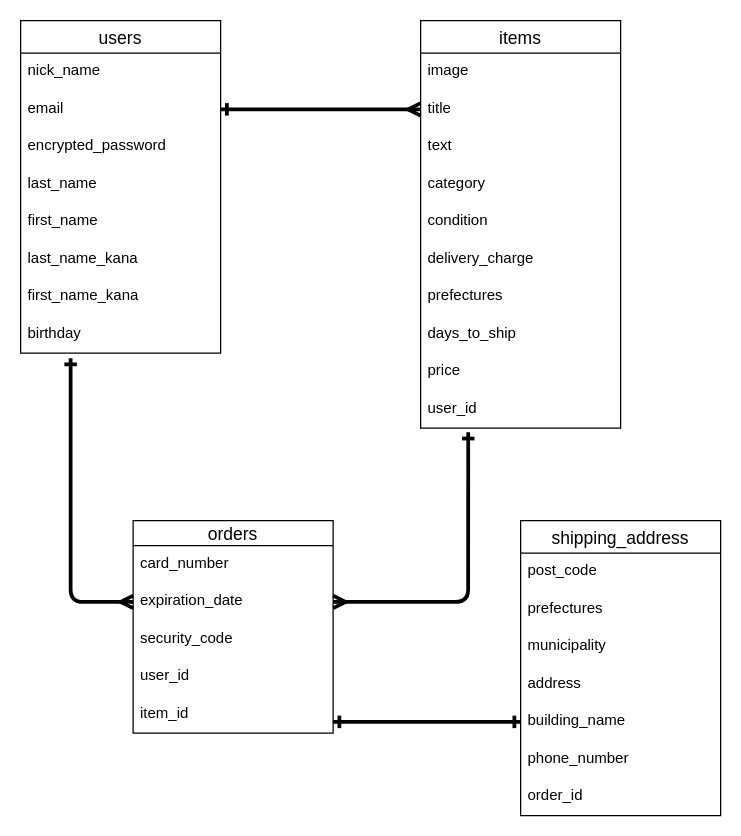
Before: .dio in MitsuoYajima/furima-37224, a draw.io diagram. Source tidied: cells renumbered, new cells numbered last; positions are measured from the earlier drawing's top-left corner, leaving out a move shared by most shapes. Both pictures are drawn from the tidied source at 125%, with x=0, y=0 at pixel (20, 20).
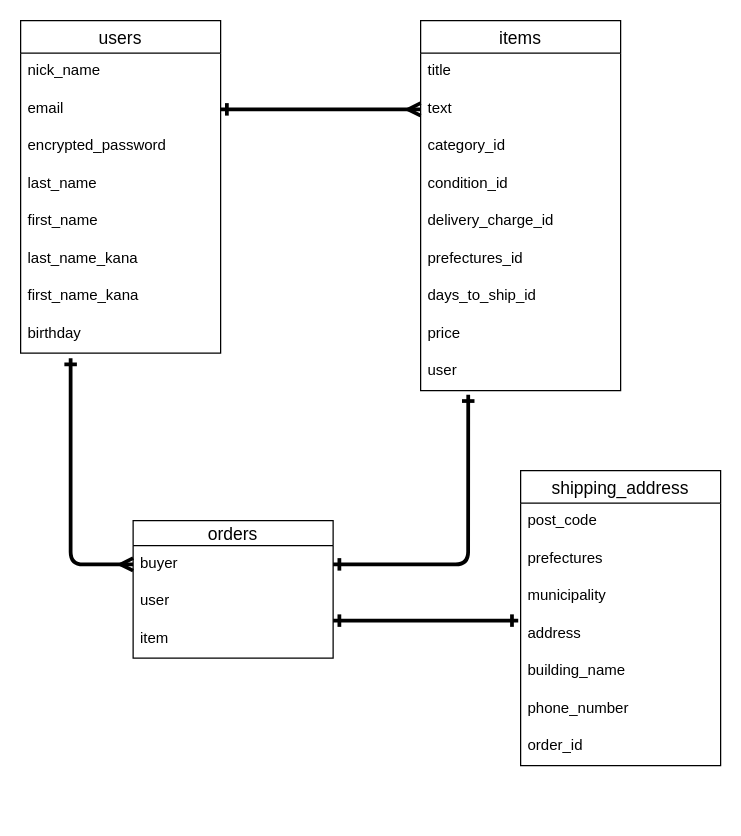
Above is the later version.

Commit message (it also covers changes not shown here):
レビューの修正

The change refers to these unchanged cells:
```xml
<mxCell id="5" value="email" style="text;strokeColor=none;fillColor=none;spacingLeft=4;spacingRight=4;overflow=hidden;points=[[0,0.5],[1,0.5]];portConstraint=eastwest;fontSize=12;" parent="3" vertex="1">
  <mxGeometry y="56" width="160" height="30" as="geometry" />
</mxCell>
<mxCell id="35" value="address" style="text;strokeColor=none;fillColor=none;spacingLeft=4;spacingRight=4;overflow=hidden;points=[[0,0.5],[1,0.5]];portConstraint=eastwest;fontSize=12;" parent="31" vertex="1">
  <mxGeometry y="116" width="160" height="30" as="geometry" />
</mxCell>
<mxCell id="36" value="building_name" style="text;strokeColor=none;fillColor=none;spacingLeft=4;spacingRight=4;overflow=hidden;points=[[0,0.5],[1,0.5]];portConstraint=eastwest;fontSize=12;" parent="31" vertex="1">
  <mxGeometry y="146" width="160" height="30" as="geometry" />
</mxCell>
```

What changed in the source:
```diff
@@
     <mxCell id="2" style="edgeStyle=none;html=1;entryX=0;entryY=0.5;entryDx=0;entryDy=0;startArrow=ERone;startFill=0;endArrow=ERmany;endFill=0;strokeWidth=3;" parent="1" edge="1" target="27">
       <mxGeometry relative="1" as="geometry">
         <mxPoint x="40" y="270" as="sourcePoint" />
         <Array as="points">
-          <mxPoint x="40" y="465" />
+          <mxPoint x="40" y="435" />
         </Array>
       </mxGeometry>
     </mxCell>
@@
-    <mxCell id="12" style="edgeStyle=none;html=1;entryX=1;entryY=0.5;entryDx=0;entryDy=0;startArrow=ERone;startFill=0;endArrow=ERmany;endFill=0;strokeWidth=3;exitX=0.238;exitY=1.111;exitDx=0;exitDy=0;exitPerimeter=0;" parent="1" edge="1" source="23" target="27">
+    <mxCell id="12" style="edgeStyle=none;html=1;entryX=1;entryY=0.5;entryDx=0;entryDy=0;startArrow=ERone;startFill=0;endArrow=ERone;endFill=0;strokeWidth=3;exitX=0.238;exitY=1.111;exitDx=0;exitDy=0;exitPerimeter=0;" parent="1" edge="1" source="23" target="27">
       <mxGeometry relative="1" as="geometry">
         <Array as="points">
-          <mxPoint x="358" y="465" />
+          <mxPoint x="358" y="435" />
         </Array>
       </mxGeometry>
     </mxCell>
     <mxCell id="13" value="items" style="swimlane;fontStyle=0;horizontal=1;startSize=26;align=center;fontSize=14;" parent="1" vertex="1">
-      <mxGeometry x="320" width="160" height="326" as="geometry" />
+      <mxGeometry x="320" width="160" height="296" as="geometry" />
     </mxCell>
-    <mxCell id="14" value="image" style="text;strokeColor=none;fillColor=none;spacingLeft=4;spacingRight=4;overflow=hidden;fontSize=12;" parent="13" vertex="1">
-      <mxGeometry y="26" width="160" height="30" as="geometry" />
-    </mxCell>
     <mxCell id="15" value="title" style="text;strokeColor=none;fillColor=none;spacingLeft=4;spacingRight=4;overflow=hidden;points=[[0,0.5],[1,0.5]];portConstraint=eastwest;fontSize=12;" parent="13" vertex="1">
-      <mxGeometry y="56" width="160" height="30" as="geometry" />
+      <mxGeometry y="26" width="160" height="30" as="geometry" />
     </mxCell>
     <mxCell id="16" value="text" style="text;strokeColor=none;fillColor=none;spacingLeft=4;spacingRight=4;overflow=hidden;points=[[0,0.5],[1,0.5]];portConstraint=eastwest;fontSize=12;" parent="13" vertex="1">
-      <mxGeometry y="86" width="160" height="30" as="geometry" />
+      <mxGeometry y="56" width="160" height="30" as="geometry" />
     </mxCell>
-    <mxCell id="17" value="category" style="text;strokeColor=none;fillColor=none;spacingLeft=4;spacingRight=4;overflow=hidden;fontSize=12;" parent="13" vertex="1">
-      <mxGeometry y="116" width="160" height="30" as="geometry" />
+    <mxCell id="17" value="category_id" style="text;strokeColor=none;fillColor=none;spacingLeft=4;spacingRight=4;overflow=hidden;fontSize=12;" parent="13" vertex="1">
+      <mxGeometry y="86" width="160" height="30" as="geometry" />
     </mxCell>
-    <mxCell id="18" value="condition" style="text;strokeColor=none;fillColor=none;spacingLeft=4;spacingRight=4;overflow=hidden;fontSize=12;" parent="13" vertex="1">
-      <mxGeometry y="146" width="160" height="30" as="geometry" />
+    <mxCell id="18" value="condition_id" style="text;strokeColor=none;fillColor=none;spacingLeft=4;spacingRight=4;overflow=hidden;fontSize=12;" parent="13" vertex="1">
+      <mxGeometry y="116" width="160" height="30" as="geometry" />
     </mxCell>
-    <mxCell id="19" value="delivery_charge" style="text;strokeColor=none;fillColor=none;spacingLeft=4;spacingRight=4;overflow=hidden;fontSize=12;" parent="13" vertex="1">
-      <mxGeometry y="176" width="160" height="30" as="geometry" />
+    <mxCell id="19" value="delivery_charge_id" style="text;strokeColor=none;fillColor=none;spacingLeft=4;spacingRight=4;overflow=hidden;fontSize=12;" parent="13" vertex="1">
+      <mxGeometry y="146" width="160" height="30" as="geometry" />
     </mxCell>
-    <mxCell id="20" value="prefectures" style="text;strokeColor=none;fillColor=none;spacingLeft=4;spacingRight=4;overflow=hidden;fontSize=12;" parent="13" vertex="1">
-      <mxGeometry y="206" width="160" height="30" as="geometry" />
+    <mxCell id="20" value="prefectures_id" style="text;strokeColor=none;fillColor=none;spacingLeft=4;spacingRight=4;overflow=hidden;fontSize=12;" parent="13" vertex="1">
+      <mxGeometry y="176" width="160" height="30" as="geometry" />
     </mxCell>
-    <mxCell id="21" value="days_to_ship" style="text;strokeColor=none;fillColor=none;spacingLeft=4;spacingRight=4;overflow=hidden;fontSize=12;" parent="13" vertex="1">
-      <mxGeometry y="236" width="160" height="30" as="geometry" />
+    <mxCell id="21" value="days_to_ship_id" style="text;strokeColor=none;fillColor=none;spacingLeft=4;spacingRight=4;overflow=hidden;fontSize=12;" parent="13" vertex="1">
+      <mxGeometry y="206" width="160" height="30" as="geometry" />
     </mxCell>
     <mxCell id="22" value="price" style="text;strokeColor=none;fillColor=none;spacingLeft=4;spacingRight=4;overflow=hidden;fontSize=12;" parent="13" vertex="1">
-      <mxGeometry y="266" width="160" height="30" as="geometry" />
+      <mxGeometry y="236" width="160" height="30" as="geometry" />
     </mxCell>
-    <mxCell id="23" value="user_id" style="text;strokeColor=none;fillColor=none;spacingLeft=4;spacingRight=4;overflow=hidden;points=[[0,0.5],[1,0.5]];portConstraint=eastwest;fontSize=12;" parent="13" vertex="1">
-      <mxGeometry y="296" width="160" height="30" as="geometry" />
+    <mxCell id="23" value="user" style="text;strokeColor=none;fillColor=none;spacingLeft=4;spacingRight=4;overflow=hidden;points=[[0,0.5],[1,0.5]];portConstraint=eastwest;fontSize=12;" parent="13" vertex="1">
+      <mxGeometry y="266" width="160" height="30" as="geometry" />
     </mxCell>
-    <mxCell id="24" style="edgeStyle=none;html=1;entryX=0;entryY=0.5;entryDx=0;entryDy=0;strokeWidth=3;endArrow=ERmany;endFill=0;startArrow=ERone;startFill=0;" parent="1" edge="1" source="5" target="15">
+    <mxCell id="24" style="edgeStyle=none;html=1;entryX=0;entryY=0.5;entryDx=0;entryDy=0;strokeWidth=3;endArrow=ERmany;endFill=0;startArrow=ERone;startFill=0;" parent="1" edge="1" source="5" target="16">
       <mxGeometry relative="1" as="geometry" />
     </mxCell>
     <mxCell id="25" value="orders" style="swimlane;fontStyle=0;horizontal=1;startSize=20;align=center;fontSize=14;" parent="1" vertex="1">
-      <mxGeometry x="90" y="400" width="160" height="170" as="geometry" />
+      <mxGeometry x="90" y="400" width="160" height="110" as="geometry" />
     </mxCell>
-    <mxCell id="26" value="card_number" style="text;strokeColor=none;fillColor=none;spacingLeft=4;spacingRight=4;overflow=hidden;fontSize=12;" parent="25" vertex="1">
-      <mxGeometry y="20" width="160" height="30" as="geometry" />
-    </mxCell>
-    <mxCell id="27" value="expiration_date" style="text;strokeColor=none;fillColor=none;spacingLeft=4;spacingRight=4;overflow=hidden;points=[[0,0.5],[1,0.5]];portConstraint=eastwest;fontSize=12;" parent="25" vertex="1">
-      <mxGeometry y="50" width="160" height="30" as="geometry" />
+    <mxCell id="27" value="buyer" style="text;strokeColor=none;fillColor=none;spacingLeft=4;spacingRight=4;overflow=hidden;points=[[0,0.5],[1,0.5]];portConstraint=eastwest;fontSize=12;" parent="25" vertex="1">
+      <mxGeometry y="20" width="160" height="30" as="geometry" />
     </mxCell>
-    <mxCell id="28" value="security_code" style="text;strokeColor=none;fillColor=none;spacingLeft=4;spacingRight=4;overflow=hidden;fontSize=12;" parent="25" vertex="1">
-      <mxGeometry y="80" width="160" height="30" as="geometry" />
-    </mxCell>
-    <mxCell id="29" value="user_id" style="text;strokeColor=none;fillColor=none;spacingLeft=4;spacingRight=4;overflow=hidden;points=[[0,0.5],[1,0.5]];portConstraint=eastwest;fontSize=12;" parent="25" vertex="1">
-      <mxGeometry y="110" width="160" height="30" as="geometry" />
+    <mxCell id="29" value="user" style="text;strokeColor=none;fillColor=none;spacingLeft=4;spacingRight=4;overflow=hidden;points=[[0,0.5],[1,0.5]];portConstraint=eastwest;fontSize=12;" parent="25" vertex="1">
+      <mxGeometry y="50" width="160" height="30" as="geometry" />
     </mxCell>
-    <mxCell id="30" value="item_id" style="text;strokeColor=none;fillColor=none;spacingLeft=4;spacingRight=4;overflow=hidden;fontSize=12;" parent="25" vertex="1">
-      <mxGeometry y="140" width="160" height="30" as="geometry" />
+    <mxCell id="30" value="item" style="text;strokeColor=none;fillColor=none;spacingLeft=4;spacingRight=4;overflow=hidden;fontSize=12;" parent="25" vertex="1">
+      <mxGeometry y="80" width="160" height="30" as="geometry" />
     </mxCell>
     <mxCell id="31" value="shipping_address" style="swimlane;fontStyle=0;horizontal=1;startSize=26;align=center;fontSize=14;" parent="1" vertex="1">
-      <mxGeometry x="400" y="400" width="160" height="236" as="geometry" />
+      <mxGeometry x="400" y="360" width="160" height="236" as="geometry" />
     </mxCell>
@@
-    <mxCell id="39" style="edgeStyle=none;html=1;startArrow=ERone;startFill=0;endArrow=ERone;endFill=0;strokeWidth=3;entryX=0;entryY=0.5;entryDx=0;entryDy=0;" parent="1" edge="1" target="36">
-      <mxGeometry relative="1" as="geometry">
-        <mxPoint x="250" y="561" as="sourcePoint" />
-      </mxGeometry>
+    <mxCell id="39" style="edgeStyle=none;html=1;startArrow=ERone;startFill=0;endArrow=ERone;endFill=0;strokeWidth=3;entryX=-0.012;entryY=0.133;entryDx=0;entryDy=0;exitX=1;exitY=1;exitDx=0;exitDy=0;exitPerimeter=0;entryPerimeter=0;" parent="1" edge="1" source="29" target="35">
+      <mxGeometry relative="1" as="geometry" />
     </mxCell>
```
